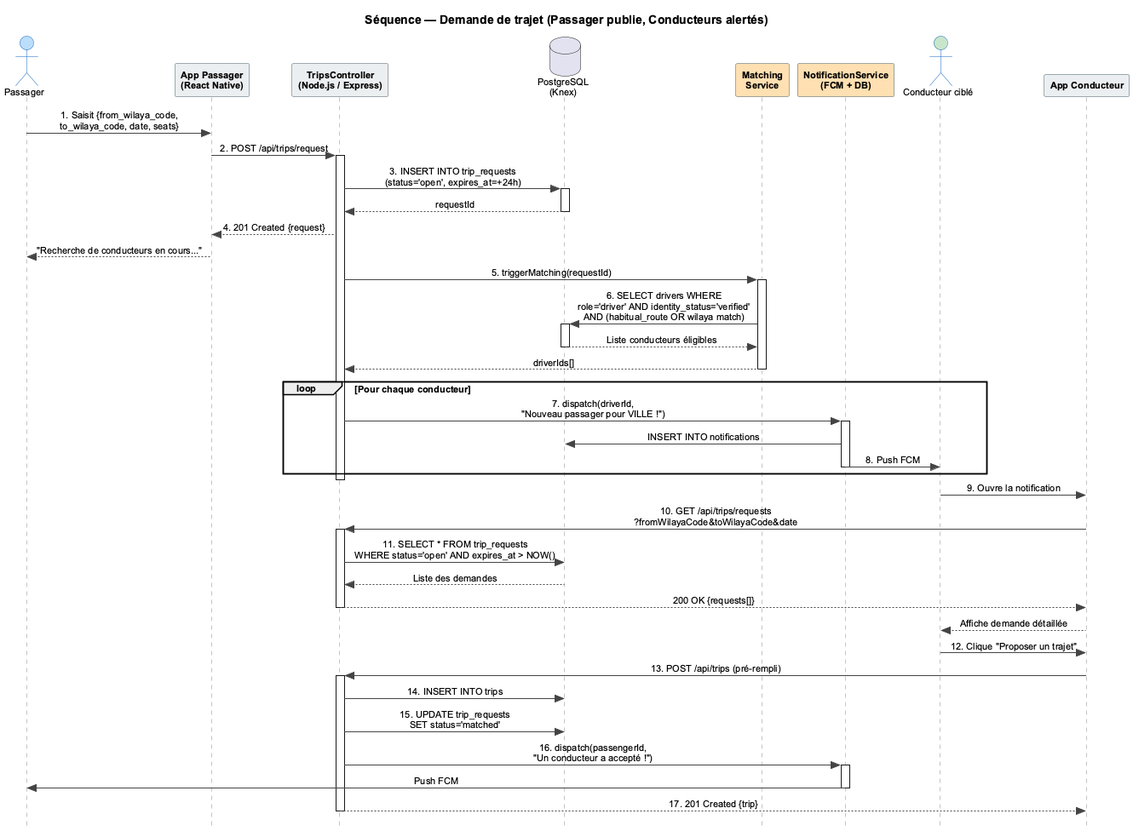
This is plantuml/output/fig_sequence_trip_request.png from Belhormamohamed13/Memiore_RohWinBghit, a PlantUML export, as it was before one commit. The source it was exported from:
```plantuml
@startuml
skinparam style strictuml
skinparam DefaultFontName Arial
skinparam DefaultFontSize 11
skinparam shadowing false
skinparam SequenceMessageAlignment center
skinparam sequence {
  ArrowColor #444444
  ActorBorderColor #1565C0
  LifeLineBorderColor #888888
  ParticipantBorderColor #455A64
  ParticipantBackgroundColor #ECEFF1
  ParticipantFontStyle bold
  DatabaseBorderColor #F9A825
  DatabaseBackgroundColor #FFF9C4
}

title Séquence — Demande de trajet (Passager publie, Conducteurs alertés)

actor "Passager" as Pax #BBDEFB
participant "App Passager\n(React Native)" as AppP #ECEFF1
participant "TripsController\n(Node.js / Express)" as API #ECEFF1
database "PostgreSQL\n(Knex)" as DB
participant "Matching\nService" as Match #FFE0B2
participant "NotificationService\n(FCM + DB)" as Notif #FFE0B2
actor "Conducteur ciblé" as Drv #C8E6C9
participant "App Conducteur" as AppD #ECEFF1

Pax -> AppP : 1. Saisit {from_wilaya_code,\nto_wilaya_code, date, seats}
AppP -> API : 2. POST /api/trips/request
activate API

API -> DB : 3. INSERT INTO trip_requests\n(status='open', expires_at=+24h)
activate DB
DB --> API : requestId
deactivate DB

API --> AppP : 4. 201 Created {request}
AppP --> Pax : "Recherche de conducteurs en cours..."

API -> Match : 5. triggerMatching(requestId)
activate Match
Match -> DB : 6. SELECT drivers WHERE\nrole='driver' AND identity_status='verified'\nAND (habitual_route OR wilaya match)
activate DB
DB --> Match : Liste conducteurs éligibles
deactivate DB
Match --> API : driverIds[]
deactivate Match

loop Pour chaque conducteur
  API -> Notif : 7. dispatch(driverId,\n"Nouveau passager pour VILLE !")
  activate Notif
  Notif -> DB : INSERT INTO notifications
  Notif -> Drv : 8. Push FCM
  deactivate Notif
end
deactivate API

Drv -> AppD : 9. Ouvre la notification
AppD -> API : 10. GET /api/trips/requests\n?fromWilayaCode&toWilayaCode&date
activate API
API -> DB : 11. SELECT * FROM trip_requests\nWHERE status='open' AND expires_at > NOW()
DB --> API : Liste des demandes
API --> AppD : 200 OK {requests[]}
deactivate API
AppD --> Drv : Affiche demande détaillée
Drv -> AppD : 12. Clique "Proposer un trajet"

AppD -> API : 13. POST /api/trips (pré-rempli)
activate API
API -> DB : 14. INSERT INTO trips
API -> DB : 15. UPDATE trip_requests\nSET status='matched'
API -> Notif : 16. dispatch(passengerId,\n"Un conducteur a accepté !")
activate Notif
Notif -> Pax : Push FCM
deactivate Notif
API --> AppD : 17. 201 Created {trip}
deactivate API
@enduml
```
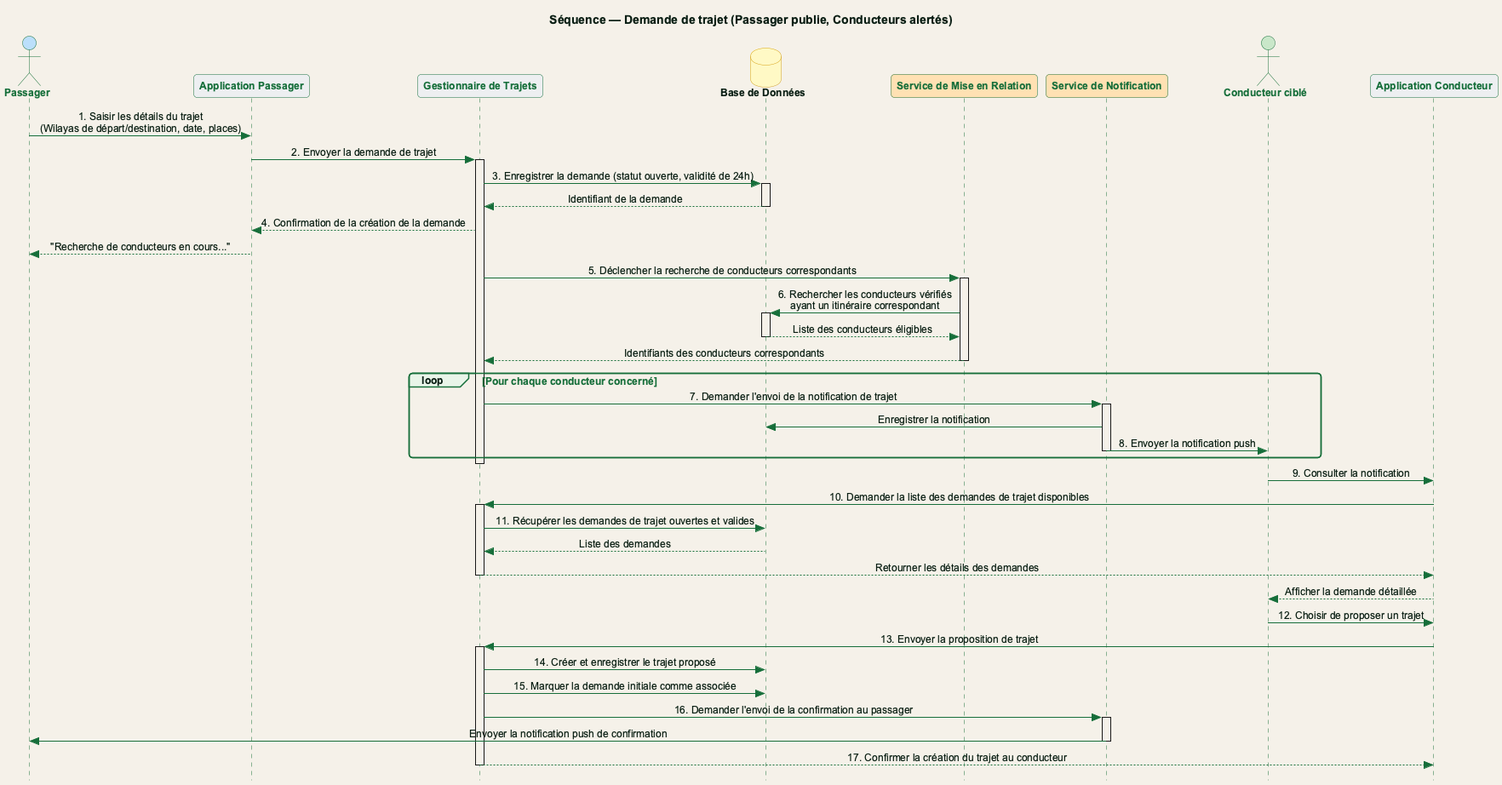
The same file after the commit.

Diff of the diagram source:
```diff
@@ -1,79 +1,68 @@
-@startuml
+@startuml fig_sequence_trip_request
+!include theme_rohwinbghit.puml
 skinparam style strictuml
-skinparam DefaultFontName Arial
-skinparam DefaultFontSize 11
-skinparam shadowing false
 skinparam SequenceMessageAlignment center
-skinparam sequence {
-  ArrowColor #444444
-  ActorBorderColor #1565C0
-  LifeLineBorderColor #888888
-  ParticipantBorderColor #455A64
-  ParticipantBackgroundColor #ECEFF1
-  ParticipantFontStyle bold
-  DatabaseBorderColor #F9A825
-  DatabaseBackgroundColor #FFF9C4
-}
+
 
 title Séquence — Demande de trajet (Passager publie, Conducteurs alertés)
 
 actor "Passager" as Pax #BBDEFB
-participant "App Passager\n(React Native)" as AppP #ECEFF1
-participant "TripsController\n(Node.js / Express)" as API #ECEFF1
-database "PostgreSQL\n(Knex)" as DB
-participant "Matching\nService" as Match #FFE0B2
-participant "NotificationService\n(FCM + DB)" as Notif #FFE0B2
+participant "Application Passager" as AppP #ECEFF1
+participant "Gestionnaire de Trajets" as API #ECEFF1
+database "Base de Données" as DB #FFF9C4
+participant "Service de Mise en Relation" as Match #FFE0B2
+participant "Service de Notification" as Notif #FFE0B2
 actor "Conducteur ciblé" as Drv #C8E6C9
-participant "App Conducteur" as AppD #ECEFF1
+participant "Application Conducteur" as AppD #ECEFF1
 
-Pax -> AppP : 1. Saisit {from_wilaya_code,\nto_wilaya_code, date, seats}
-AppP -> API : 2. POST /api/trips/request
+Pax -> AppP : 1. Saisir les détails du trajet\n(Wilayas de départ/destination, date, places)
+AppP -> API : 2. Envoyer la demande de trajet
 activate API
 
-API -> DB : 3. INSERT INTO trip_requests\n(status='open', expires_at=+24h)
+API -> DB : 3. Enregistrer la demande (statut ouverte, validité de 24h)
 activate DB
-DB --> API : requestId
+DB --> API : Identifiant de la demande
 deactivate DB
 
-API --> AppP : 4. 201 Created {request}
+API --> AppP : 4. Confirmation de la création de la demande
 AppP --> Pax : "Recherche de conducteurs en cours..."
 
-API -> Match : 5. triggerMatching(requestId)
+API -> Match : 5. Déclencher la recherche de conducteurs correspondants
 activate Match
-Match -> DB : 6. SELECT drivers WHERE\nrole='driver' AND identity_status='verified'\nAND (habitual_route OR wilaya match)
+Match -> DB : 6. Rechercher les conducteurs vérifiés\nayant un itinéraire correspondant
 activate DB
-DB --> Match : Liste conducteurs éligibles
+DB --> Match : Liste des conducteurs éligibles
 deactivate DB
-Match --> API : driverIds[]
+Match --> API : Identifiants des conducteurs correspondants
 deactivate Match
 
-loop Pour chaque conducteur
-  API -> Notif : 7. dispatch(driverId,\n"Nouveau passager pour VILLE !")
+loop Pour chaque conducteur concerné
+  API -> Notif : 7. Demander l'envoi de la notification de trajet
   activate Notif
-  Notif -> DB : INSERT INTO notifications
-  Notif -> Drv : 8. Push FCM
+  Notif -> DB : Enregistrer la notification
+  Notif -> Drv : 8. Envoyer la notification push
   deactivate Notif
 end
 deactivate API
 
-Drv -> AppD : 9. Ouvre la notification
-AppD -> API : 10. GET /api/trips/requests\n?fromWilayaCode&toWilayaCode&date
+Drv -> AppD : 9. Consulter la notification
+AppD -> API : 10. Demander la liste des demandes de trajet disponibles
 activate API
-API -> DB : 11. SELECT * FROM trip_requests\nWHERE status='open' AND expires_at > NOW()
+API -> DB : 11. Récupérer les demandes de trajet ouvertes et valides
 DB --> API : Liste des demandes
-API --> AppD : 200 OK {requests[]}
+API --> AppD : Retourner les détails des demandes
 deactivate API
-AppD --> Drv : Affiche demande détaillée
-Drv -> AppD : 12. Clique "Proposer un trajet"
+AppD --> Drv : Afficher la demande détaillée
+Drv -> AppD : 12. Choisir de proposer un trajet
 
-AppD -> API : 13. POST /api/trips (pré-rempli)
+AppD -> API : 13. Envoyer la proposition de trajet
 activate API
-API -> DB : 14. INSERT INTO trips
-API -> DB : 15. UPDATE trip_requests\nSET status='matched'
-API -> Notif : 16. dispatch(passengerId,\n"Un conducteur a accepté !")
+API -> DB : 14. Créer et enregistrer le trajet proposé
+API -> DB : 15. Marquer la demande initiale comme associée
+API -> Notif : 16. Demander l'envoi de la confirmation au passager
 activate Notif
-Notif -> Pax : Push FCM
+Notif -> Pax : Envoyer la notification push de confirmation
 deactivate Notif
-API --> AppD : 17. 201 Created {trip}
+API --> AppD : 17. Confirmer la création du trajet au conducteur
 deactivate API
 @enduml
```
